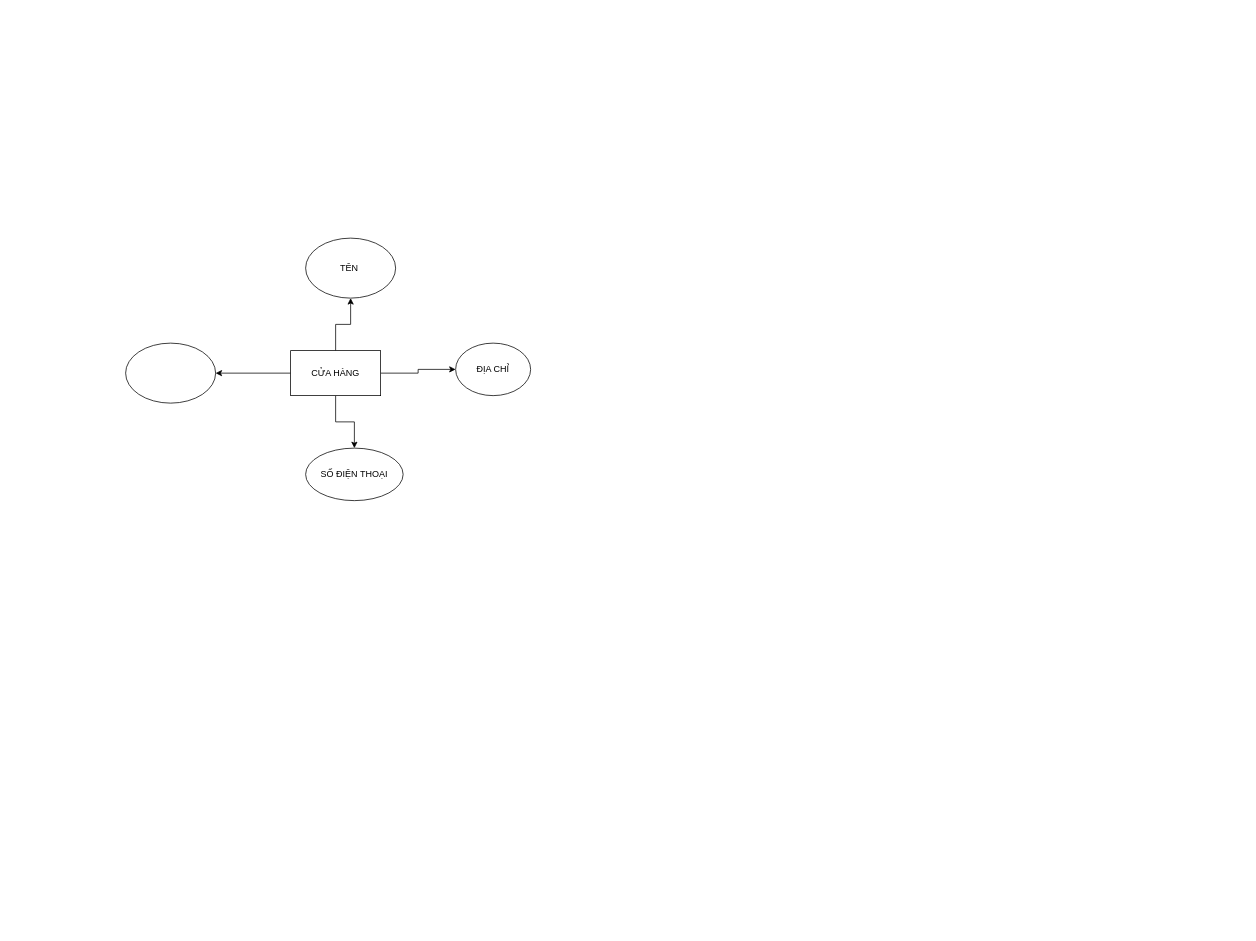
Earlier version of the draw.io diagram ERDSTORE.drawio (nhuinss/ERD-). Source tidied: cells renumbered, new cells numbered last; positions are measured from the earlier drawing's top-left corner, leaving out a move shared by most shapes. Both pictures are drawn from the tidied source at 75%, with x=0, y=0 at pixel (125, 238).
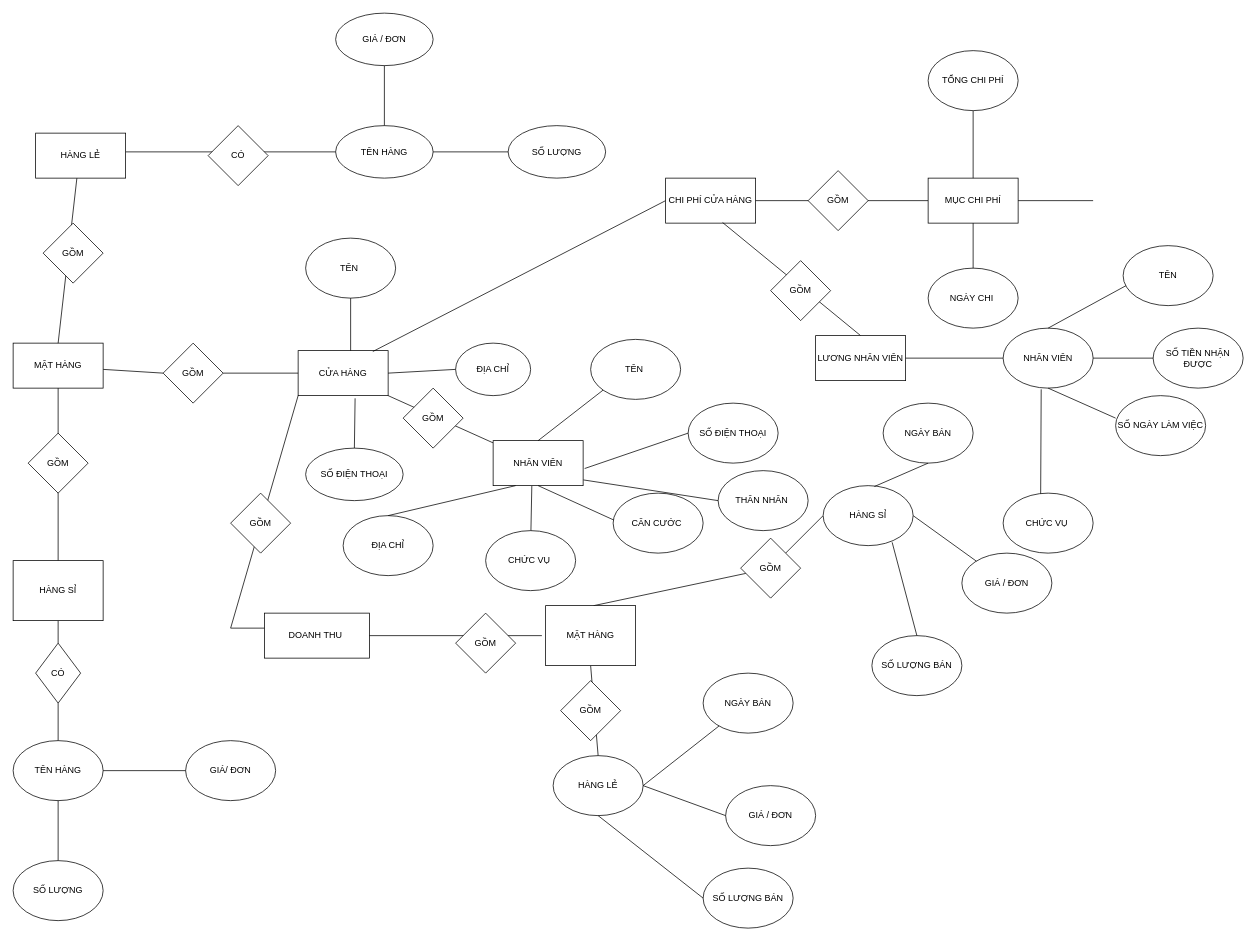
After the change.

The change refers to these unchanged cells:
```xml
<mxCell id="7" value="ĐỊA CHỈ" style="ellipse;whiteSpace=wrap;html=1;rounded=0;" parent="1" vertex="1">
  <mxGeometry x="440" y="140" width="100" height="70" as="geometry" />
</mxCell>
<mxCell id="9" value="TÊN&amp;nbsp;" style="ellipse;whiteSpace=wrap;html=1;rounded=0;" parent="1" vertex="1">
  <mxGeometry x="240" width="120" height="80" as="geometry" />
</mxCell>
<mxCell id="10" value="SỐ ĐIỆN THOẠI" style="ellipse;whiteSpace=wrap;html=1;rounded=0;" parent="1" vertex="1">
  <mxGeometry x="240" y="280" width="130" height="70" as="geometry" />
</mxCell>
```

Diff of the diagram source:
```diff
@@
-    <mxCell id="2" style="edgeStyle=orthogonalEdgeStyle;rounded=0;jettySize=auto;html=1;" parent="1" edge="1" source="6" target="7">
-      <mxGeometry relative="1" as="geometry" />
-    </mxCell>
-    <mxCell id="3" style="edgeStyle=orthogonalEdgeStyle;rounded=0;jettySize=auto;html=1;" parent="1" edge="1" source="6" target="8">
-      <mxGeometry relative="1" as="geometry" />
-    </mxCell>
-    <mxCell id="4" style="edgeStyle=orthogonalEdgeStyle;rounded=0;jettySize=auto;html=1;" parent="1" edge="1" source="6" target="9">
-      <mxGeometry relative="1" as="geometry" />
-    </mxCell>
-    <mxCell id="5" style="edgeStyle=orthogonalEdgeStyle;rounded=0;jettySize=auto;html=1;" parent="1" edge="1" source="6" target="10">
-      <mxGeometry relative="1" as="geometry" />
-    </mxCell>
     <mxCell id="6" value="CỬA HÀNG" style="rounded=0;whiteSpace=wrap;html=1;" parent="1" vertex="1">
-      <mxGeometry x="220" y="150" width="120" height="60" as="geometry" />
+      <mxGeometry x="230" y="150" width="120" height="60" as="geometry" />
     </mxCell>
@@
-    <mxCell id="8" style="ellipse;whiteSpace=wrap;html=1;rounded=0;" parent="1" vertex="1">
-      <mxGeometry y="140" width="120" height="80" as="geometry" />
-    </mxCell>
@@
+    <mxCell id="5" style="endArrow=none;html=1;rounded=0;entryX=0.5;entryY=0;entryDx=0;entryDy=0;exitX=0.633;exitY=1.06;exitDx=0;exitDy=0;exitPerimeter=0;" parent="1" edge="1" source="6" target="10">
+      <mxGeometry relative="1" as="geometry" />
+    </mxCell>
+    <mxCell id="2" style="endArrow=none;html=1;rounded=0;entryX=0;entryY=0.5;entryDx=0;entryDy=0;exitX=1;exitY=0.5;exitDx=0;exitDy=0;" parent="1" edge="1" source="6" target="7">
+      <mxGeometry relative="1" as="geometry" />
+    </mxCell>
+    <mxCell id="11" style="endArrow=none;html=1;rounded=0;entryX=0.5;entryY=1;entryDx=0;entryDy=0;" parent="1" edge="1" target="9">
+      <mxGeometry relative="1" as="geometry">
+        <mxPoint x="300" y="150" as="sourcePoint" />
+      </mxGeometry>
+    </mxCell>
+    <mxCell id="12" value="GỒM" style="rhombus;whiteSpace=wrap;html=1;rounded=0;" parent="1" vertex="1">
+      <mxGeometry x="50" y="140" width="80" height="80" as="geometry" />
+    </mxCell>
+    <mxCell id="13" style="endArrow=none;html=1;rounded=0;exitX=1;exitY=0.5;exitDx=0;exitDy=0;entryX=0;entryY=0.5;entryDx=0;entryDy=0;" parent="1" edge="1" source="12" target="6">
+      <mxGeometry relative="1" as="geometry" />
+    </mxCell>
+    <mxCell id="14" style="endArrow=none;html=1;rounded=0;exitX=0;exitY=0.5;exitDx=0;exitDy=0;entryX=1;entryY=0.5;entryDx=0;entryDy=0;" parent="1" edge="1" source="12">
+      <mxGeometry relative="1" as="geometry">
+        <mxPoint x="-30" y="175" as="targetPoint" />
+      </mxGeometry>
+    </mxCell>
+    <mxCell id="15" value="MẶT HÀNG" style="rounded=0;whiteSpace=wrap;html=1;" parent="1" vertex="1">
+      <mxGeometry x="-150" y="140" width="120" height="60" as="geometry" />
+    </mxCell>
+    <mxCell id="16" style="endArrow=none;html=1;rounded=0;entryX=0.5;entryY=0;entryDx=0;entryDy=0;exitX=0.5;exitY=1;exitDx=0;exitDy=0;" parent="1" edge="1" target="15">
+      <mxGeometry relative="1" as="geometry">
+        <mxPoint x="-65" y="-80" as="sourcePoint" />
+      </mxGeometry>
+    </mxCell>
+    <mxCell id="17" style="endArrow=none;html=1;rounded=0;exitX=0.5;exitY=1;exitDx=0;exitDy=0;entryX=0.5;entryY=0;entryDx=0;entryDy=0;" parent="1" edge="1" source="15">
+      <mxGeometry relative="1" as="geometry">
+        <mxPoint x="-90" y="430" as="targetPoint" />
+      </mxGeometry>
+    </mxCell>
+    <mxCell id="18" value="GỒM" style="rhombus;whiteSpace=wrap;html=1;" parent="1" vertex="1">
+      <mxGeometry x="-130" y="260" width="80" height="80" as="geometry" />
+    </mxCell>
+    <mxCell id="19" value="GỒM" style="rhombus;whiteSpace=wrap;html=1;" parent="1" vertex="1">
+      <mxGeometry x="-110" y="-20" width="80" height="80" as="geometry" />
+    </mxCell>
+    <mxCell id="20" value="TÊN HÀNG" style="ellipse;whiteSpace=wrap;html=1;rounded=0;" parent="1" vertex="1">
+      <mxGeometry x="280" y="-150" width="130" height="70" as="geometry" />
+    </mxCell>
+    <mxCell id="21" value="GIÁ / ĐƠN" style="ellipse;whiteSpace=wrap;html=1;rounded=0;" parent="1" vertex="1">
+      <mxGeometry x="280" y="-300" width="130" height="70" as="geometry" />
+    </mxCell>
+    <mxCell id="22" value="TÊN HÀNG" style="ellipse;whiteSpace=wrap;html=1;rounded=0;" parent="1" vertex="1">
+      <mxGeometry x="-150" y="670" width="120" height="80" as="geometry" />
+    </mxCell>
+    <mxCell id="23" value="GIÁ/ ĐƠN" style="ellipse;whiteSpace=wrap;html=1;rounded=0;" parent="1" vertex="1">
+      <mxGeometry x="80" y="670" width="120" height="80" as="geometry" />
+    </mxCell>
+    <mxCell id="24" value="SỐ LƯỢNG" style="ellipse;whiteSpace=wrap;html=1;rounded=0;" parent="1" vertex="1">
+      <mxGeometry x="-150" y="830" width="120" height="80" as="geometry" />
+    </mxCell>
+    <mxCell id="25" style="endArrow=none;html=1;rounded=0;entryX=0.5;entryY=1;entryDx=0;entryDy=0;exitX=0.5;exitY=0;exitDx=0;exitDy=0;" parent="1" edge="1" source="29">
+      <mxGeometry relative="1" as="geometry">
+        <mxPoint x="-90" y="510" as="targetPoint" />
+      </mxGeometry>
+    </mxCell>
+    <mxCell id="26" style="endArrow=none;html=1;rounded=0;exitX=1;exitY=0.5;exitDx=0;exitDy=0;entryX=0;entryY=0.5;entryDx=0;entryDy=0;" parent="1" edge="1" source="22" target="23">
+      <mxGeometry relative="1" as="geometry" />
+    </mxCell>
+    <mxCell id="27" style="endArrow=none;html=1;rounded=0;entryX=0.5;entryY=1;entryDx=0;entryDy=0;exitX=0.5;exitY=0;exitDx=0;exitDy=0;" parent="1" edge="1" source="24" target="22">
+      <mxGeometry relative="1" as="geometry" />
+    </mxCell>
+    <mxCell id="28" style="endArrow=none;html=1;rounded=0;entryX=0.5;entryY=1;entryDx=0;entryDy=0;exitX=0.5;exitY=0;exitDx=0;exitDy=0;" parent="1" edge="1" source="22" target="29">
+      <mxGeometry relative="1" as="geometry" />
+    </mxCell>
+    <mxCell id="29" value="CÓ" style="rhombus;whiteSpace=wrap;html=1;" parent="1" vertex="1">
+      <mxGeometry x="-120" y="540" width="60" height="80" as="geometry" />
+    </mxCell>
+    <mxCell id="30" value="SỐ LƯỢNG" style="ellipse;whiteSpace=wrap;html=1;rounded=0;" parent="1" vertex="1">
+      <mxGeometry x="510" y="-150" width="130" height="70" as="geometry" />
+    </mxCell>
+    <mxCell id="31" style="endArrow=none;html=1;rounded=0;exitX=1;exitY=0.5;exitDx=0;exitDy=0;entryX=0;entryY=0.5;entryDx=0;entryDy=0;" parent="1" edge="1" target="20">
+      <mxGeometry relative="1" as="geometry">
+        <mxPoint y="-115" as="sourcePoint" />
+      </mxGeometry>
+    </mxCell>
+    <mxCell id="32" style="endArrow=none;html=1;rounded=0;exitX=1;exitY=0.5;exitDx=0;exitDy=0;entryX=0;entryY=0.5;entryDx=0;entryDy=0;" parent="1" edge="1" source="20" target="30">
+      <mxGeometry relative="1" as="geometry" />
+    </mxCell>
+    <mxCell id="33" style="endArrow=none;html=1;rounded=0;entryX=0.5;entryY=1;entryDx=0;entryDy=0;" parent="1" edge="1" source="20" target="21">
+      <mxGeometry relative="1" as="geometry" />
+    </mxCell>
+    <mxCell id="34" value="CÓ" style="rhombus;whiteSpace=wrap;html=1;" parent="1" vertex="1">
+      <mxGeometry x="110" y="-150" width="80" height="80" as="geometry" />
+    </mxCell>
+    <mxCell id="35" style="endArrow=none;html=1;rounded=0;entryX=0;entryY=1;entryDx=0;entryDy=0;" parent="1" edge="1" target="6">
+      <mxGeometry relative="1" as="geometry">
+        <mxPoint x="260" y="520" as="sourcePoint" />
+        <Array as="points">
+          <mxPoint x="230" y="520" />
+          <mxPoint x="140" y="520" />
+        </Array>
+      </mxGeometry>
+    </mxCell>
+    <mxCell id="36" value="DOANH THU&amp;nbsp;" style="rounded=0;whiteSpace=wrap;html=1;" parent="1" vertex="1">
+      <mxGeometry x="185" y="500" width="140" height="60" as="geometry" />
+    </mxCell>
+    <mxCell id="37" value="SỐ LƯỢNG BÁN" style="ellipse;whiteSpace=wrap;html=1;" parent="1" vertex="1">
+      <mxGeometry x="995" y="530" width="120" height="80" as="geometry" />
+    </mxCell>
+    <mxCell id="38" style="endArrow=none;html=1;rounded=0;entryX=0;entryY=0.5;entryDx=0;entryDy=0;exitX=1;exitY=0.5;exitDx=0;exitDy=0;" parent="1" edge="1" source="36">
+      <mxGeometry relative="1" as="geometry">
+        <mxPoint x="555" y="530" as="targetPoint" />
+      </mxGeometry>
+    </mxCell>
+    <mxCell id="39" style="endArrow=none;html=1;rounded=0;entryX=0.5;entryY=0;entryDx=0;entryDy=0;exitX=0.767;exitY=0.945;exitDx=0;exitDy=0;exitPerimeter=0;" parent="1" edge="1" source="44" target="37">
+      <mxGeometry relative="1" as="geometry" />
+    </mxCell>
+    <mxCell id="40" value="NGÀY BÁN" style="ellipse;whiteSpace=wrap;html=1;" parent="1" vertex="1">
+      <mxGeometry x="1010" y="220" width="120" height="80" as="geometry" />
+    </mxCell>
+    <mxCell id="41" style="endArrow=none;html=1;rounded=0;entryX=0;entryY=0.5;entryDx=0;entryDy=0;" parent="1" edge="1" source="56" target="44">
+      <mxGeometry relative="1" as="geometry" />
+    </mxCell>
+    <mxCell id="42" value="GIÁ / ĐƠN" style="ellipse;whiteSpace=wrap;html=1;" parent="1" vertex="1">
+      <mxGeometry x="1115" y="420" width="120" height="80" as="geometry" />
+    </mxCell>
+    <mxCell id="43" style="endArrow=none;html=1;rounded=0;exitX=1;exitY=0.5;exitDx=0;exitDy=0;" parent="1" edge="1" source="44" target="42">
+      <mxGeometry relative="1" as="geometry" />
+    </mxCell>
+    <mxCell id="44" value="HÀNG SỈ" style="ellipse;whiteSpace=wrap;html=1;" parent="1" vertex="1">
+      <mxGeometry x="930" y="330" width="120" height="80" as="geometry" />
+    </mxCell>
+    <mxCell id="45" value="SỐ LƯỢNG BÁN" style="ellipse;whiteSpace=wrap;html=1;" parent="1" vertex="1">
+      <mxGeometry x="770" y="840" width="120" height="80" as="geometry" />
+    </mxCell>
+    <mxCell id="46" value="NGÀY BÁN" style="ellipse;whiteSpace=wrap;html=1;" parent="1" vertex="1">
+      <mxGeometry x="770" y="580" width="120" height="80" as="geometry" />
+    </mxCell>
+    <mxCell id="47" value="GIÁ / ĐƠN" style="ellipse;whiteSpace=wrap;html=1;" parent="1" vertex="1">
+      <mxGeometry x="800" y="730" width="120" height="80" as="geometry" />
+    </mxCell>
+    <mxCell id="48" value="HÀNG LẺ" style="ellipse;whiteSpace=wrap;html=1;" parent="1" vertex="1">
+      <mxGeometry x="570" y="690" width="120" height="80" as="geometry" />
+    </mxCell>
+    <mxCell id="49" style="endArrow=none;html=1;rounded=0;entryX=0.5;entryY=1;entryDx=0;entryDy=0;exitX=0.5;exitY=0;exitDx=0;exitDy=0;" parent="1" edge="1" source="48">
+      <mxGeometry relative="1" as="geometry">
+        <mxPoint x="620" y="570" as="targetPoint" />
+      </mxGeometry>
+    </mxCell>
+    <mxCell id="50" style="endArrow=none;html=1;rounded=0;exitX=1;exitY=0.5;exitDx=0;exitDy=0;" parent="1" edge="1" source="48" target="46">
+      <mxGeometry relative="1" as="geometry" />
+    </mxCell>
+    <mxCell id="51" style="endArrow=none;html=1;rounded=0;entryX=0;entryY=0.5;entryDx=0;entryDy=0;exitX=1;exitY=0.5;exitDx=0;exitDy=0;" parent="1" edge="1" source="48" target="47">
+      <mxGeometry relative="1" as="geometry" />
+    </mxCell>
+    <mxCell id="52" style="endArrow=none;html=1;rounded=0;entryX=0;entryY=0.5;entryDx=0;entryDy=0;exitX=0.5;exitY=1;exitDx=0;exitDy=0;" parent="1" edge="1" source="48" target="45">
+      <mxGeometry relative="1" as="geometry" />
+    </mxCell>
+    <mxCell id="53" value="GỒM" style="rhombus;whiteSpace=wrap;html=1;" parent="1" vertex="1">
+      <mxGeometry x="140" y="340" width="80" height="80" as="geometry" />
+    </mxCell>
+    <mxCell id="54" value="GỒM" style="rhombus;whiteSpace=wrap;html=1;" parent="1" vertex="1">
+      <mxGeometry x="440" y="500" width="80" height="80" as="geometry" />
+    </mxCell>
+    <mxCell id="55" style="endArrow=none;html=1;rounded=0;" parent="1" edge="1" target="56">
+      <mxGeometry relative="1" as="geometry">
+        <mxPoint x="623.8" y="490.1" as="sourcePoint" />
+      </mxGeometry>
+    </mxCell>
+    <mxCell id="56" value="GỒM" style="rhombus;whiteSpace=wrap;html=1;" parent="1" vertex="1">
+      <mxGeometry x="820" y="400" width="80" height="80" as="geometry" />
+    </mxCell>
+    <mxCell id="57" value="GỒM" style="rhombus;whiteSpace=wrap;html=1;" parent="1" vertex="1">
+      <mxGeometry x="580" y="590" width="80" height="80" as="geometry" />
+    </mxCell>
+    <mxCell id="58" value="MẶT HÀNG" style="rounded=0;whiteSpace=wrap;html=1;" parent="1" vertex="1">
+      <mxGeometry x="560" y="490" width="120" height="80" as="geometry" />
+    </mxCell>
+    <mxCell id="59" value="HÀNG LẺ" style="rounded=0;whiteSpace=wrap;html=1;" parent="1" vertex="1">
+      <mxGeometry x="-120" y="-140" width="120" height="60" as="geometry" />
+    </mxCell>
+    <mxCell id="60" value="HÀNG SỈ" style="rounded=0;whiteSpace=wrap;html=1;" parent="1" vertex="1">
+      <mxGeometry x="-150" y="430" width="120" height="80" as="geometry" />
+    </mxCell>
+    <mxCell id="61" style="endArrow=none;html=1;rounded=0;exitX=0.83;exitY=0.02;exitDx=0;exitDy=0;exitPerimeter=0;" parent="1" edge="1" source="6">
+      <mxGeometry relative="1" as="geometry">
+        <mxPoint x="720" y="-50" as="targetPoint" />
+      </mxGeometry>
+    </mxCell>
+    <mxCell id="62" value="CHI PHÍ CỬA HÀNG" style="rounded=0;whiteSpace=wrap;html=1;" parent="1" vertex="1">
+      <mxGeometry x="720" y="-80" width="120" height="60" as="geometry" />
+    </mxCell>
+    <mxCell id="63" style="endArrow=none;html=1;rounded=0;entryX=1;entryY=0.5;entryDx=0;entryDy=0;" parent="1" edge="1" target="62">
+      <mxGeometry relative="1" as="geometry">
+        <mxPoint x="1070" y="-50" as="sourcePoint" />
+      </mxGeometry>
+    </mxCell>
+    <mxCell id="64" value="GỒM" style="rhombus;whiteSpace=wrap;html=1;" parent="1" vertex="1">
+      <mxGeometry x="910" y="-90" width="80" height="80" as="geometry" />
+    </mxCell>
+    <mxCell id="65" value="MỤC CHI PHÍ" style="rounded=0;whiteSpace=wrap;html=1;" parent="1" vertex="1">
+      <mxGeometry x="1070" y="-80" width="120" height="60" as="geometry" />
+    </mxCell>
+    <mxCell id="66" style="endArrow=none;html=1;rounded=0;entryX=0.5;entryY=0;entryDx=0;entryDy=0;" parent="1" edge="1" target="65">
+      <mxGeometry relative="1" as="geometry">
+        <mxPoint x="1130" y="-170" as="sourcePoint" />
+      </mxGeometry>
+    </mxCell>
+    <mxCell id="67" style="endArrow=none;html=1;rounded=0;entryX=0.5;entryY=1;entryDx=0;entryDy=0;" parent="1" edge="1" target="65">
+      <mxGeometry relative="1" as="geometry">
+        <mxPoint x="1130" y="60" as="sourcePoint" />
+      </mxGeometry>
+    </mxCell>
+    <mxCell id="68" value="TỔNG CHI PHÍ" style="ellipse;whiteSpace=wrap;html=1;" parent="1" vertex="1">
+      <mxGeometry x="1070" y="-250" width="120" height="80" as="geometry" />
+    </mxCell>
+    <mxCell id="69" value="NGÀY CHI&amp;nbsp;" style="ellipse;whiteSpace=wrap;html=1;" parent="1" vertex="1">
+      <mxGeometry x="1070" y="40" width="120" height="80" as="geometry" />
+    </mxCell>
+    <mxCell id="70" style="endArrow=none;html=1;rounded=0;entryX=1;entryY=0.5;entryDx=0;entryDy=0;" parent="1" edge="1" target="65">
+      <mxGeometry relative="1" as="geometry">
+        <mxPoint x="1290" y="-50" as="sourcePoint" />
+      </mxGeometry>
+    </mxCell>
+    <mxCell id="71" style="endArrow=none;html=1;rounded=0;exitX=0.633;exitY=0.987;exitDx=0;exitDy=0;exitPerimeter=0;entryX=0.5;entryY=0;entryDx=0;entryDy=0;" parent="1" edge="1" source="62" target="72">
+      <mxGeometry relative="1" as="geometry" />
+    </mxCell>
+    <mxCell id="72" value="LƯƠNG NHÂN VIÊN" style="rounded=0;whiteSpace=wrap;html=1;" parent="1" vertex="1">
+      <mxGeometry x="920" y="130" width="120" height="60" as="geometry" />
+    </mxCell>
+    <mxCell id="73" style="endArrow=none;html=1;rounded=0;" parent="1" edge="1">
+      <mxGeometry relative="1" as="geometry">
+        <mxPoint x="1040" y="160" as="sourcePoint" />
+        <mxPoint x="1170" y="160" as="targetPoint" />
+      </mxGeometry>
+    </mxCell>
+    <mxCell id="74" value="NHÂN VIÊN" style="ellipse;whiteSpace=wrap;html=1;" parent="1" vertex="1">
+      <mxGeometry x="1170" y="120" width="120" height="80" as="geometry" />
+    </mxCell>
+    <mxCell id="75" style="endArrow=none;html=1;rounded=0;" parent="1" edge="1">
+      <mxGeometry relative="1" as="geometry">
+        <mxPoint x="1290" y="160" as="sourcePoint" />
+        <mxPoint x="1380" y="160" as="targetPoint" />
+      </mxGeometry>
+    </mxCell>
+    <mxCell id="76" value="GỒM" style="rhombus;whiteSpace=wrap;html=1;" parent="1" vertex="1">
+      <mxGeometry x="860" y="30" width="80" height="80" as="geometry" />
+    </mxCell>
+    <mxCell id="77" style="endArrow=none;html=1;rounded=0;entryX=0.5;entryY=0;entryDx=0;entryDy=0;" parent="1" edge="1" target="74">
+      <mxGeometry relative="1" as="geometry">
+        <mxPoint x="1340" y="60" as="sourcePoint" />
+      </mxGeometry>
+    </mxCell>
+    <mxCell id="78" style="endArrow=none;html=1;rounded=0;exitX=0.5;exitY=1;exitDx=0;exitDy=0;" parent="1" edge="1" source="74">
+      <mxGeometry relative="1" as="geometry">
+        <mxPoint x="1320" y="240" as="targetPoint" />
+      </mxGeometry>
+    </mxCell>
+    <mxCell id="79" value="TÊN" style="ellipse;whiteSpace=wrap;html=1;" parent="1" vertex="1">
+      <mxGeometry x="1330" y="10" width="120" height="80" as="geometry" />
+    </mxCell>
+    <mxCell id="80" value="SỐ TIỀN NHẬN ĐƯỢC" style="ellipse;whiteSpace=wrap;html=1;" parent="1" vertex="1">
+      <mxGeometry x="1370" y="120" width="120" height="80" as="geometry" />
+    </mxCell>
+    <mxCell id="81" value="SỐ NGÀY LÀM VIỆC" style="ellipse;whiteSpace=wrap;html=1;" parent="1" vertex="1">
+      <mxGeometry x="1320" y="210" width="120" height="80" as="geometry" />
+    </mxCell>
+    <mxCell id="82" style="endArrow=none;html=1;rounded=0;entryX=0.423;entryY=1.02;entryDx=0;entryDy=0;entryPerimeter=0;" parent="1" edge="1" target="74">
+      <mxGeometry relative="1" as="geometry">
+        <mxPoint x="1220" y="350" as="sourcePoint" />
+      </mxGeometry>
+    </mxCell>
+    <mxCell id="83" value="CHỨC VỤ&amp;nbsp;" style="ellipse;whiteSpace=wrap;html=1;" parent="1" vertex="1">
+      <mxGeometry x="1170" y="340" width="120" height="80" as="geometry" />
+    </mxCell>
+    <mxCell id="84" style="endArrow=none;html=1;rounded=0;exitX=1;exitY=1;exitDx=0;exitDy=0;" parent="1" edge="1" source="6" target="85">
+      <mxGeometry relative="1" as="geometry" />
+    </mxCell>
+    <mxCell id="85" value="NHÂN VIÊN" style="rounded=0;whiteSpace=wrap;html=1;" parent="1" vertex="1">
+      <mxGeometry x="490" y="270" width="120" height="60" as="geometry" />
+    </mxCell>
+    <mxCell id="86" value="GỒM" style="rhombus;whiteSpace=wrap;html=1;" parent="1" vertex="1">
+      <mxGeometry x="370" y="200" width="80" height="80" as="geometry" />
+    </mxCell>
+    <mxCell id="87" style="endArrow=none;html=1;rounded=0;exitX=0.5;exitY=1;exitDx=0;exitDy=0;entryX=0.57;entryY=0.015;entryDx=0;entryDy=0;entryPerimeter=0;" parent="1" edge="1" source="40" target="44">
+      <mxGeometry relative="1" as="geometry" />
+    </mxCell>
+    <mxCell id="88" style="endArrow=none;html=1;rounded=0;entryX=1.017;entryY=0.62;entryDx=0;entryDy=0;entryPerimeter=0;exitX=0;exitY=0.5;exitDx=0;exitDy=0;" parent="1" edge="1" source="92" target="85">
+      <mxGeometry relative="1" as="geometry" />
+    </mxCell>
+    <mxCell id="89" style="endArrow=none;html=1;rounded=0;entryX=0.5;entryY=0;entryDx=0;entryDy=0;" parent="1" edge="1" target="85">
+      <mxGeometry relative="1" as="geometry">
+        <mxPoint x="640" y="200" as="sourcePoint" />
+      </mxGeometry>
+    </mxCell>
+    <mxCell id="90" style="endArrow=none;html=1;rounded=0;entryX=0.5;entryY=1;entryDx=0;entryDy=0;" parent="1" edge="1" target="85">
+      <mxGeometry relative="1" as="geometry">
+        <mxPoint x="660" y="380" as="sourcePoint" />
+      </mxGeometry>
+    </mxCell>
+    <mxCell id="91" value="TÊN&amp;nbsp;" style="ellipse;whiteSpace=wrap;html=1;" parent="1" vertex="1">
+      <mxGeometry x="620" y="135" width="120" height="80" as="geometry" />
+    </mxCell>
+    <mxCell id="92" value="SỐ ĐIỆN THOẠI" style="ellipse;whiteSpace=wrap;html=1;" parent="1" vertex="1">
+      <mxGeometry x="750" y="220" width="120" height="80" as="geometry" />
+    </mxCell>
+    <mxCell id="93" value="CĂN CƯỚC&amp;nbsp;" style="ellipse;whiteSpace=wrap;html=1;" parent="1" vertex="1">
+      <mxGeometry x="650" y="340" width="120" height="80" as="geometry" />
+    </mxCell>
+    <mxCell id="94" value="ĐỊA CHỈ" style="ellipse;whiteSpace=wrap;html=1;" parent="1" vertex="1">
+      <mxGeometry x="290" y="370" width="120" height="80" as="geometry" />
+    </mxCell>
+    <mxCell id="95" style="endArrow=none;html=1;rounded=0;entryX=0.25;entryY=1;entryDx=0;entryDy=0;exitX=0.5;exitY=0;exitDx=0;exitDy=0;" parent="1" edge="1" source="94" target="85">
+      <mxGeometry relative="1" as="geometry" />
+    </mxCell>
+    <mxCell id="96" value="CHỨC VỤ&amp;nbsp;" style="ellipse;whiteSpace=wrap;html=1;" parent="1" vertex="1">
+      <mxGeometry x="480" y="390" width="120" height="80" as="geometry" />
+    </mxCell>
+    <mxCell id="97" style="endArrow=none;html=1;rounded=0;entryX=0.43;entryY=1.007;entryDx=0;entryDy=0;entryPerimeter=0;" parent="1" edge="1" source="96" target="85">
+      <mxGeometry relative="1" as="geometry" />
+    </mxCell>
+    <mxCell id="98" value="THÂN NHÂN&amp;nbsp;" style="ellipse;whiteSpace=wrap;html=1;" parent="1" vertex="1">
+      <mxGeometry x="790" y="310" width="120" height="80" as="geometry" />
+    </mxCell>
+    <mxCell id="99" style="endArrow=none;html=1;rounded=0;entryX=0;entryY=0.5;entryDx=0;entryDy=0;exitX=1.003;exitY=0.873;exitDx=0;exitDy=0;exitPerimeter=0;" parent="1" edge="1" source="85" target="98">
+      <mxGeometry relative="1" as="geometry" />
+    </mxCell>
```
